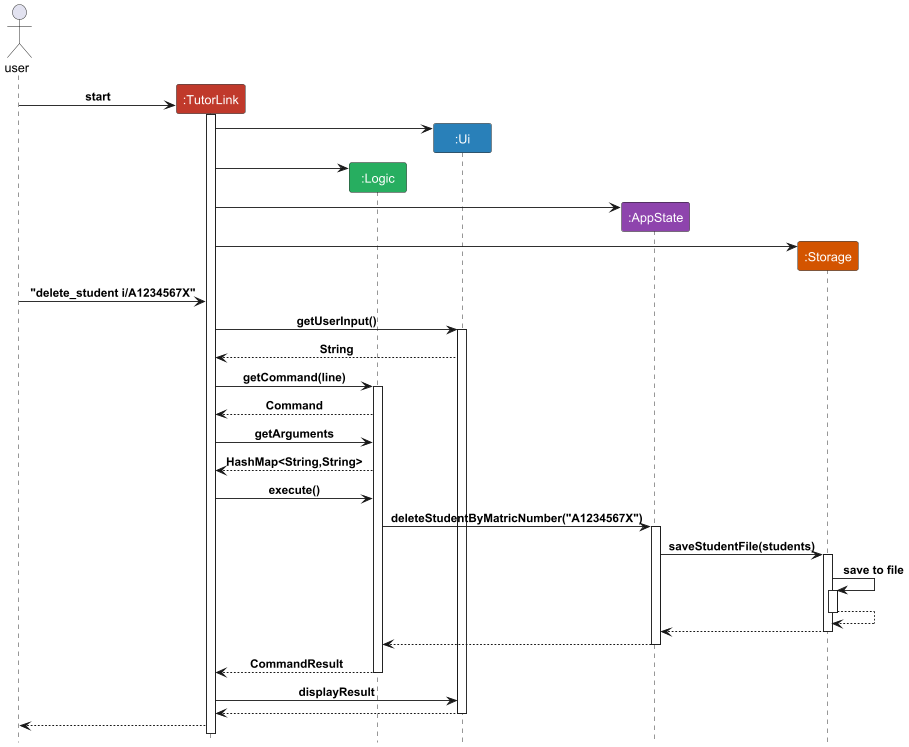
Earlier version of the PlantUML export docs/diagrams/ArchitectureSequenceGrouped.png (yeekian/tp). Its diagram source:
```plantuml
@startuml
<style>
    participant {
        FontColor White
    }
</style>
!include Style.puml
actor user

participant ":TutorLink" as TL LOGIC_COLOR_5
participant ":Logic" as L LOGIC_COLOR_7
participant ":Ui" as UI LOGIC_COLOR_6
participant ":AppState" as A LOGIC_COLOR_3
participant ":Storage" as S LOGIC_COLOR_4

create TL
user -> TL: start
activate TL
create UI
TL -> UI
create L
TL -> L
create A
TL -> A
create S
TL -> S
user -> TL:"delete_student i/A1234567X"
TL -> UI: getUserInput()
activate UI
TL <-- UI: String
TL -> L : getCommand(line)
activate L
TL <-- L: Command
TL -> L : getArguments
TL <-- L : HashMap<String,String>
TL -> L : execute()
L -> A : deleteStudentByMatricNumber("A1234567X")
activate A
A -> S : saveStudentFile(students)
activate S
S -> S : save to file
activate S
S --> S
deactivate S
A <-- S
deactivate S

L <-- A
deactivate A
TL <-- L : CommandResult
deactivate L
TL -> UI : displayResult
TL <-- UI
deactivate UI
user <-- TL
@enduml
```
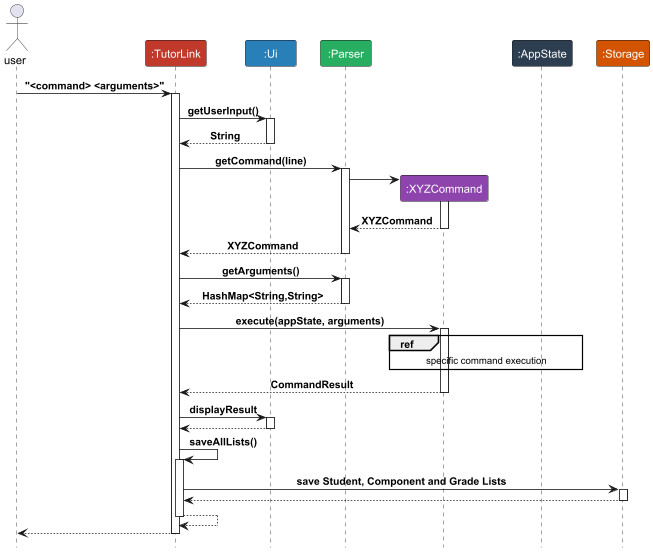
Above is the later version.

Change to the diagram source:
```diff
@@ -3,54 +3,56 @@
     participant {
         FontColor White
     }
+    ref {
+
+    }
+
 </style>
 !include Style.puml
 actor user
-
 participant ":TutorLink" as TL LOGIC_COLOR_5
-participant ":Logic" as L LOGIC_COLOR_7
 participant ":Ui" as UI LOGIC_COLOR_6
-participant ":AppState" as A LOGIC_COLOR_3
+participant ":Parser" as P LOGIC_COLOR_7
+participant ":XYZCommand" as C LOGIC_COLOR_3
+participant ":AppState" as A LOGIC_COLOR_2
 participant ":Storage" as S LOGIC_COLOR_4
 
-create TL
-user -> TL: start
+user -> TL:"<command> <arguments>"
 activate TL
-create UI
-TL -> UI
-create L
-TL -> L
-create A
-TL -> A
-create S
-TL -> S
-user -> TL:"delete_student i/A1234567X"
 TL -> UI: getUserInput()
 activate UI
 TL <-- UI: String
-TL -> L : getCommand(line)
-activate L
-TL <-- L: Command
-TL -> L : getArguments
-TL <-- L : HashMap<String,String>
-TL -> L : execute()
-L -> A : deleteStudentByMatricNumber("A1234567X")
-activate A
-A -> S : saveStudentFile(students)
-activate S
-S -> S : save to file
-activate S
-S --> S
-deactivate S
-A <-- S
-deactivate S
-
-L <-- A
-deactivate A
-TL <-- L : CommandResult
-deactivate L
+deactivate UI
+TL -> P : getCommand(line)
+activate P
+create C
+P -> C
+activate C
+P <-- C : XYZCommand
+deactivate C
+TL <-- P: XYZCommand
+deactivate P
+TL -> P: getArguments()
+activate P
+TL <-- P : HashMap<String,String>
+deactivate P
+TL -> C : execute(appState, arguments)
+activate C
+ref over C, A : specific command execution
+TL <-- C : CommandResult
+deactivate C
 TL -> UI : displayResult
+activate UI
 TL <-- UI
 deactivate UI
+TL -> TL : saveAllLists()
+activate TL
+TL -> S : save Student, Component and Grade Lists
+activate S
+TL <-- S
+deactivate S
+TL --> TL
+deactivate TL
 user <-- TL
+deactivate TL
 @enduml
```
